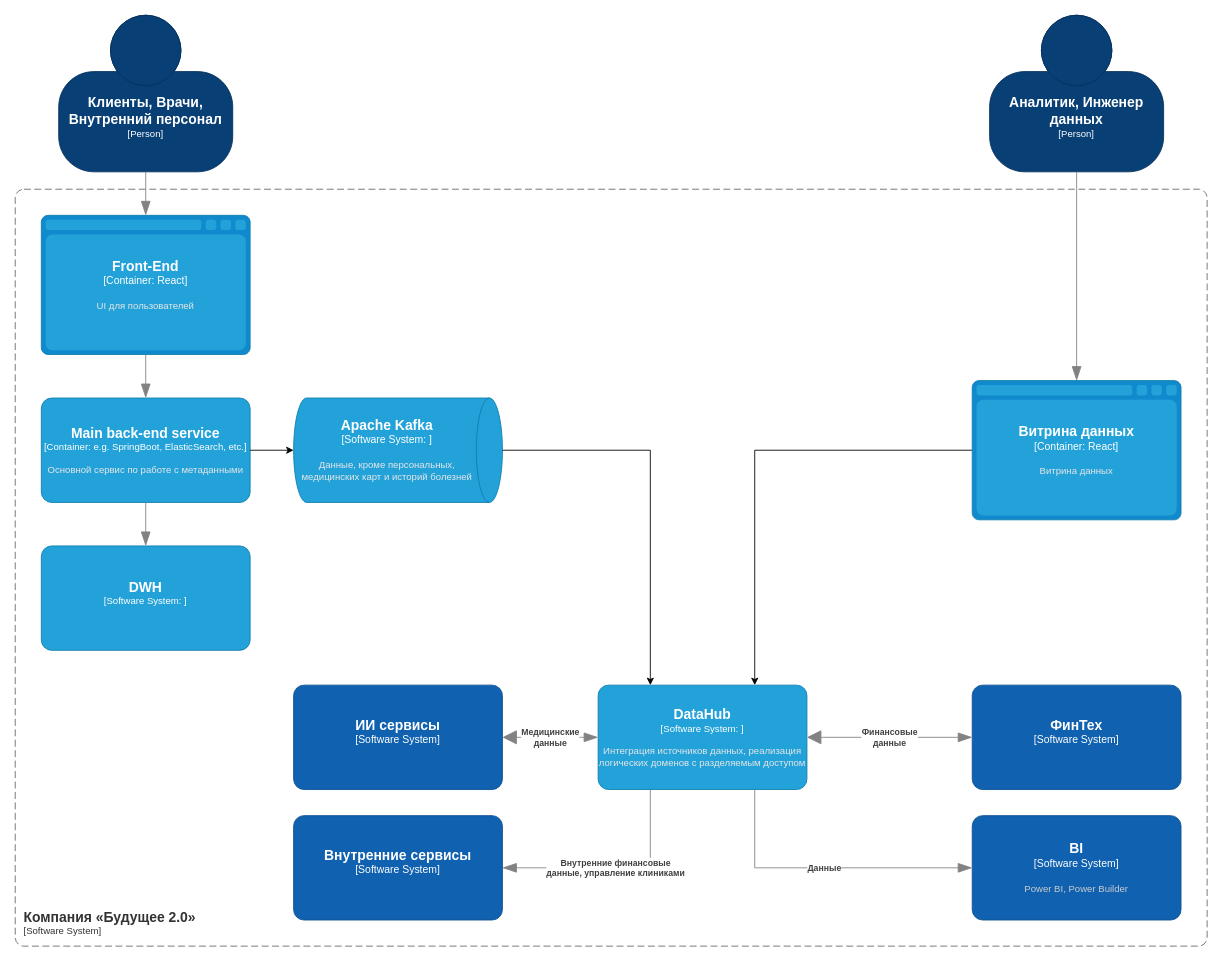
Earlier version of the draw.io diagram Task1/context_c4(2be).drawio (kandys-man/architecture-future_2_0). Source tidied: cells renumbered, new cells numbered last; positions are measured from the earlier drawing's top-left corner, leaving out a move shared by most shapes. Both pictures are drawn from the tidied source at 87%, with x=0, y=0 at pixel (15, 15).
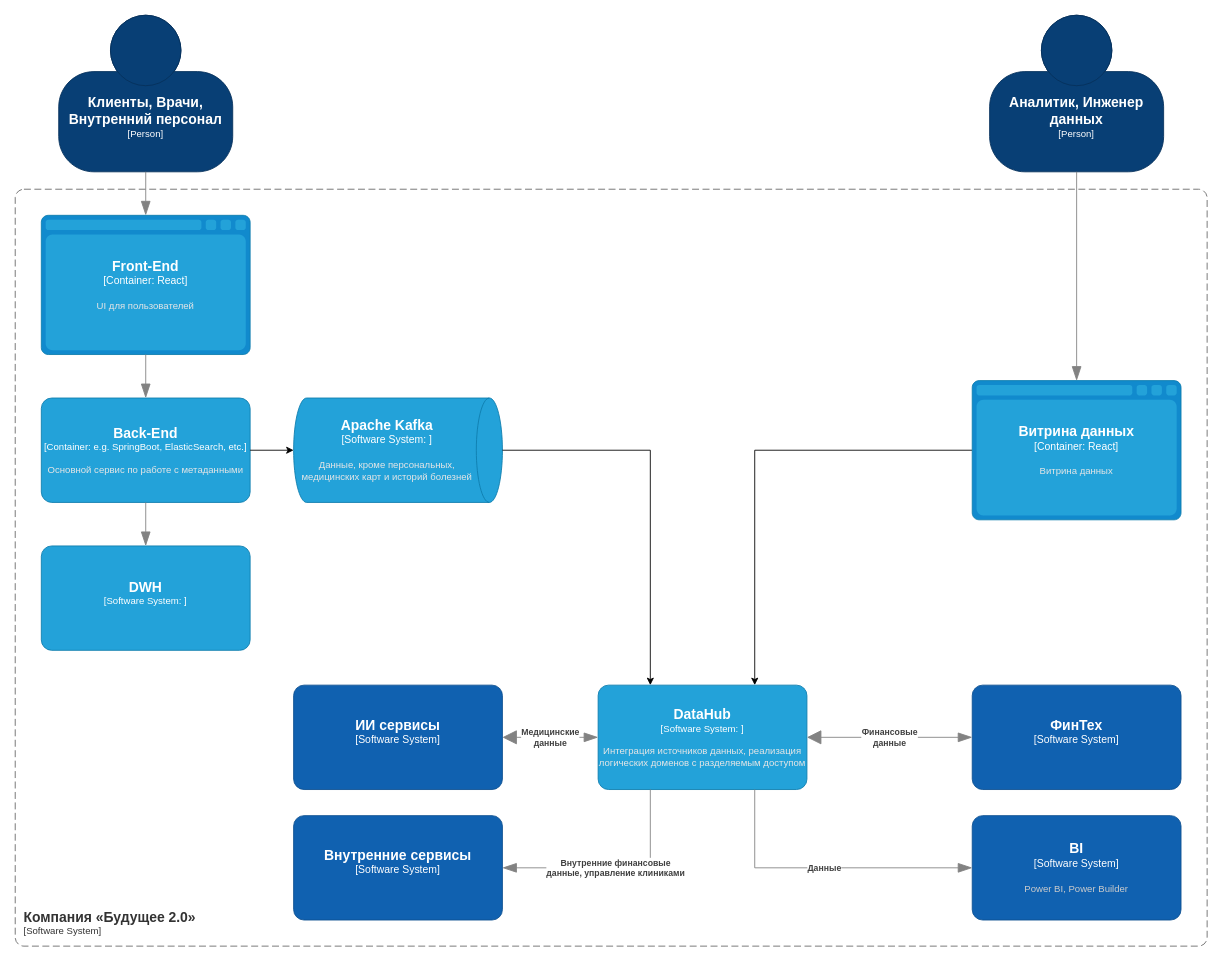
After the change.

Change to the diagram source:
```diff
@@
-    <object id="3" label="&lt;font style=&quot;font-size: 16px&quot;&gt;&lt;b&gt;%c4Name%&lt;/b&gt;&lt;/font&gt;&lt;div&gt;[%c4Type%: %c4Technology%]&lt;/div&gt;&lt;br&gt;&lt;div&gt;&lt;font style=&quot;font-size: 11px&quot;&gt;&lt;font color=&quot;#E6E6E6&quot;&gt;%c4Description%&lt;/font&gt;&lt;/div&gt;" c4Description="Основной сервис по работе с метаданными" c4Name="Main back-end service" c4Technology="e.g. SpringBoot, ElasticSearch, etc." c4Type="Container" placeholders="1">
+    <object id="3" label="&lt;font style=&quot;font-size: 16px&quot;&gt;&lt;b&gt;%c4Name%&lt;/b&gt;&lt;/font&gt;&lt;div&gt;[%c4Type%: %c4Technology%]&lt;/div&gt;&lt;br&gt;&lt;div&gt;&lt;font style=&quot;font-size: 11px&quot;&gt;&lt;font color=&quot;#E6E6E6&quot;&gt;%c4Description%&lt;/font&gt;&lt;/div&gt;" c4Description="Основной сервис по работе с метаданными" c4Name="Back-End" c4Technology="e.g. SpringBoot, ElasticSearch, etc." c4Type="Container" placeholders="1">
       <mxCell style="rounded=1;whiteSpace=wrap;html=1;fontSize=11;labelBackgroundColor=none;fillColor=#23A2D9;fontColor=#ffffff;align=center;arcSize=10;strokeColor=#0E7DAD;points=[[0.25,0,0],[0.5,0,0],[0.75,0,0],[1,0.25,0],[1,0.5,0],[1,0.75,0],[0.75,1,0],[0.5,1,0],[0.25,1,0],[0,0.75,0],[0,0.5,0],[0,0.25,0]];" parent="1" vertex="1">
         <mxGeometry x="30" y="440" width="240" height="120" as="geometry" />
       </mxCell>
     </object>
```
